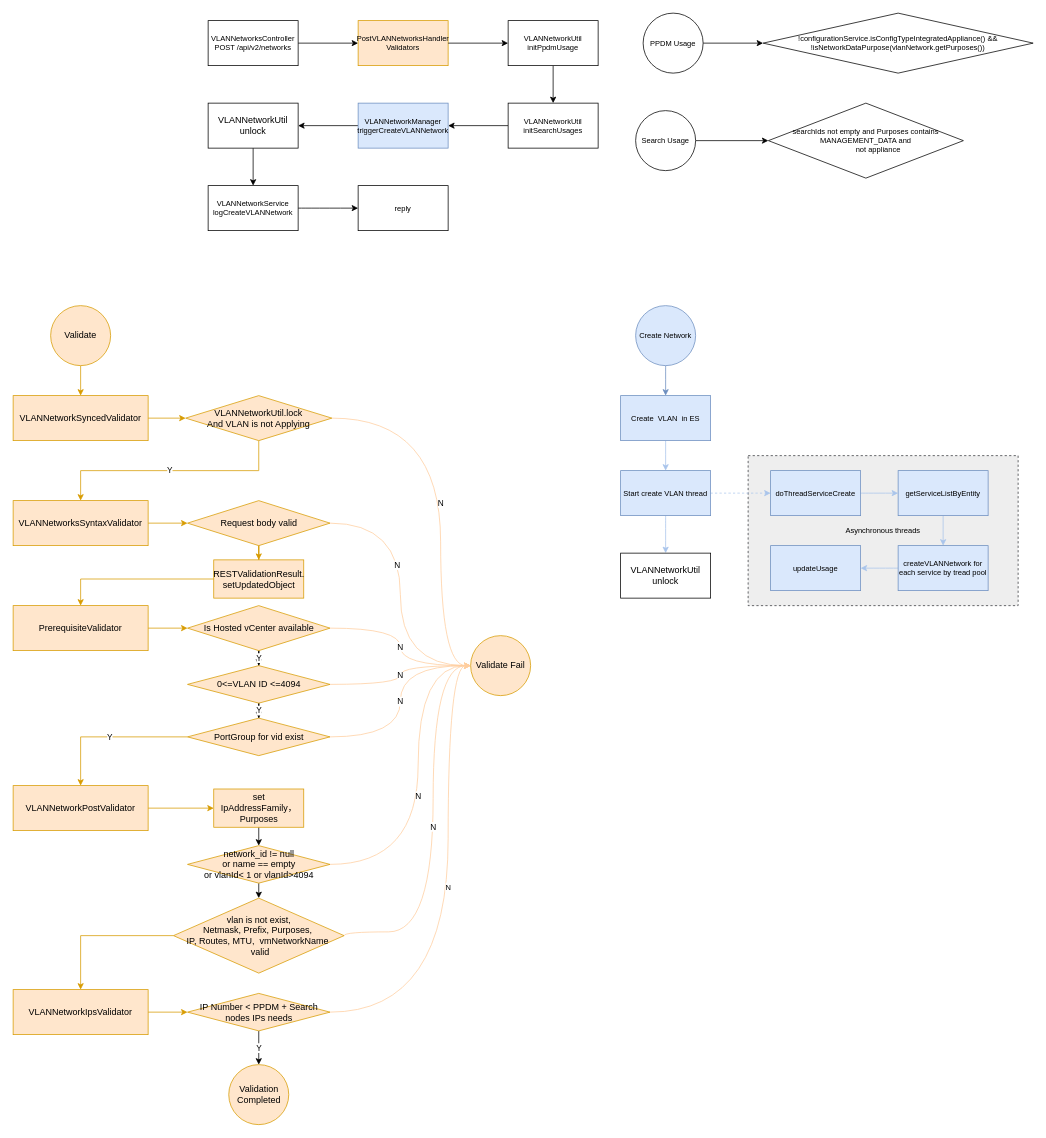
gaivin/drawio keeps this draw.io diagram as page "Create" (1 of 4) of st/network.drawio. Above is the earlier version. Source tidied: cells renumbered, new cells numbered last; positions are measured from the earlier drawing's top-left corner, leaving out a move shared by most shapes. Both pictures are drawn from the tidied source at 75%, with x=0, y=0 at pixel (13, 13).
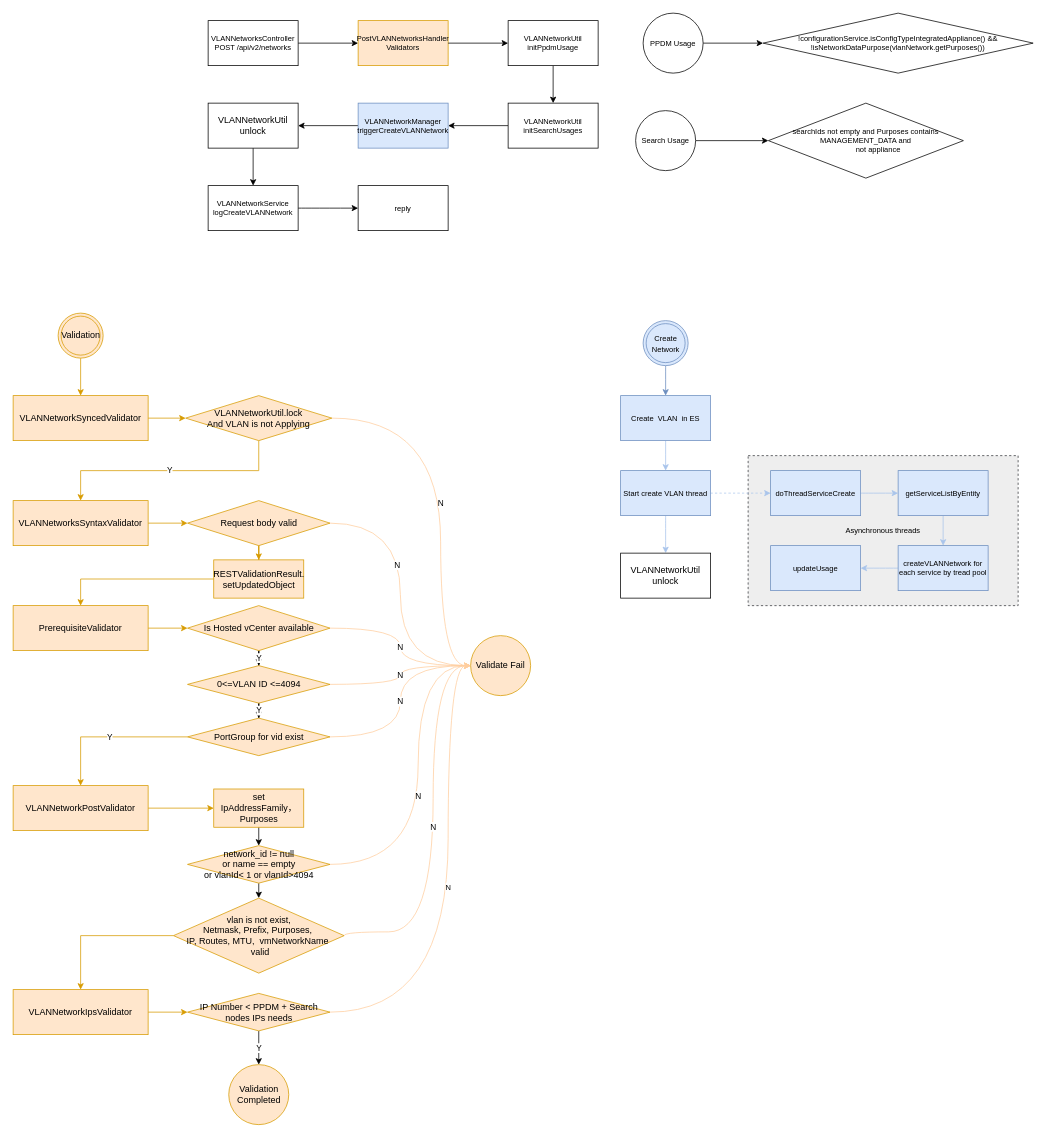
The same diagram, later.

The change refers to these unchanged cells:
```xml
<mxCell id="6" value="VLANNetworkSyncedValidator" style="whiteSpace=wrap;html=1;fillColor=#ffe6cc;strokeColor=#d79b00;" parent="1" vertex="1">
  <mxGeometry y="510" width="180" height="60" as="geometry" />
</mxCell>
<mxCell id="70" value="Create&amp;nbsp; VLAN&amp;nbsp; in ES" style="whiteSpace=wrap;html=1;fontSize=10;fillColor=#dae8fc;strokeColor=#6c8ebf;" parent="1" vertex="1">
  <mxGeometry x="810" y="510" width="120" height="60" as="geometry" />
</mxCell>
```

What changed in the source:
```diff
@@
-    <mxCell id="3" style="edgeStyle=orthogonalEdgeStyle;rounded=0;jettySize=auto;html=1;fillColor=#ffe6cc;strokeColor=#d79b00;" parent="1" edge="1" source="4" target="6">
+    <mxCell id="3" style="edgeStyle=orthogonalEdgeStyle;rounded=0;jettySize=auto;html=1;fillColor=#ffe6cc;strokeColor=#d79b00;exitX=0.5;exitY=1;exitDx=0;exitDy=0;" parent="1" edge="1" source="82" target="6">
       <mxGeometry relative="1" as="geometry" />
     </mxCell>
-    <mxCell id="4" value="Validate" style="ellipse;whiteSpace=wrap;html=1;fillColor=#ffe6cc;strokeColor=#d79b00;" parent="1" vertex="1">
-      <mxGeometry x="50" y="390" width="80" height="80" as="geometry" />
-    </mxCell>
@@
-    <mxCell id="67" style="edgeStyle=orthogonalEdgeStyle;curved=1;rounded=0;jettySize=auto;html=1;fontSize=10;strokeColor=#6c8ebf;fillColor=#dae8fc;" parent="1" edge="1" source="68" target="70">
+    <mxCell id="67" style="edgeStyle=orthogonalEdgeStyle;curved=1;rounded=0;jettySize=auto;html=1;fontSize=10;strokeColor=#6c8ebf;fillColor=#dae8fc;exitX=0.5;exitY=1;exitDx=0;exitDy=0;" parent="1" edge="1" source="68" target="70">
       <mxGeometry relative="1" as="geometry" />
     </mxCell>
-    <mxCell id="68" value="Create Network" style="ellipse;whiteSpace=wrap;html=1;fontSize=10;fillColor=#dae8fc;strokeColor=#6c8ebf;" parent="1" vertex="1">
-      <mxGeometry x="830" y="390" width="80" height="80" as="geometry" />
-    </mxCell>
@@
+    <mxCell id="82" value="Validation" style="ellipse;shape=doubleEllipse;html=1;dashed=0;whitespace=wrap;fillColor=#ffe6cc;strokeColor=#d79b00;" parent="1" vertex="1">
+      <mxGeometry x="60" y="400" width="60" height="60" as="geometry" />
+    </mxCell>
+    <mxCell id="68" value="&lt;span style=&quot;font-size: 10px&quot;&gt;Create &lt;br&gt;Network&lt;/span&gt;" style="ellipse;shape=doubleEllipse;html=1;dashed=0;whitespace=wrap;fillColor=#dae8fc;strokeColor=#6c8ebf;" parent="1" vertex="1">
+      <mxGeometry x="840" y="410" width="60" height="60" as="geometry" />
+    </mxCell>
```
